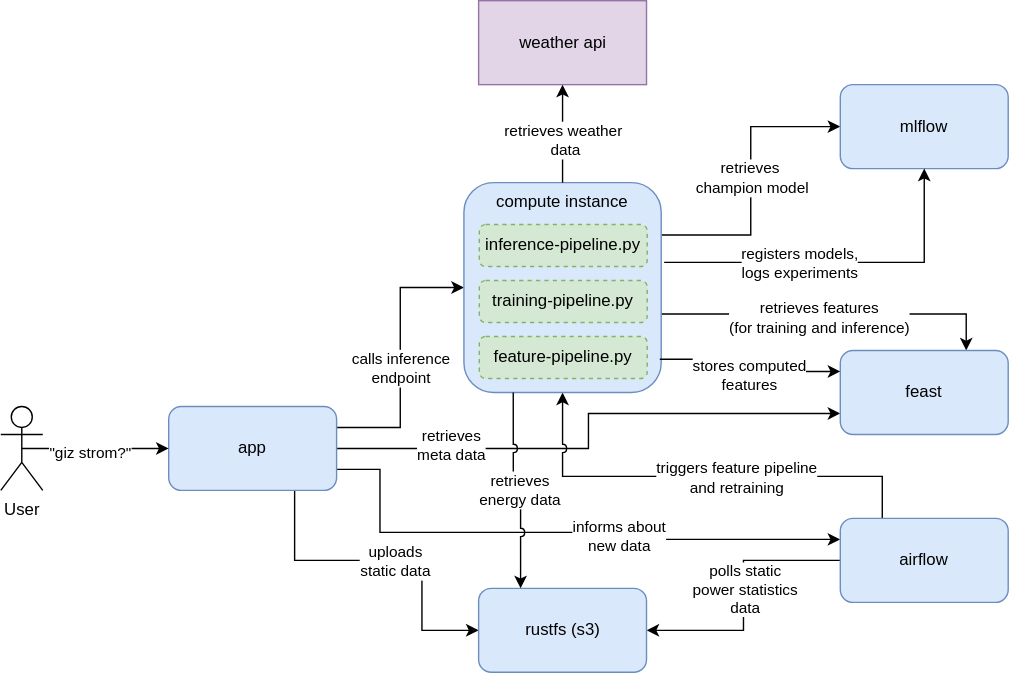
Earlier version of the draw.io export assets/architecture-v2.drawio.svg (marcow03/gizstrom). Source tidied: cells renumbered, new cells last; positions are measured from the earlier drawing's top-left corner, leaving out a move shared by most shapes.
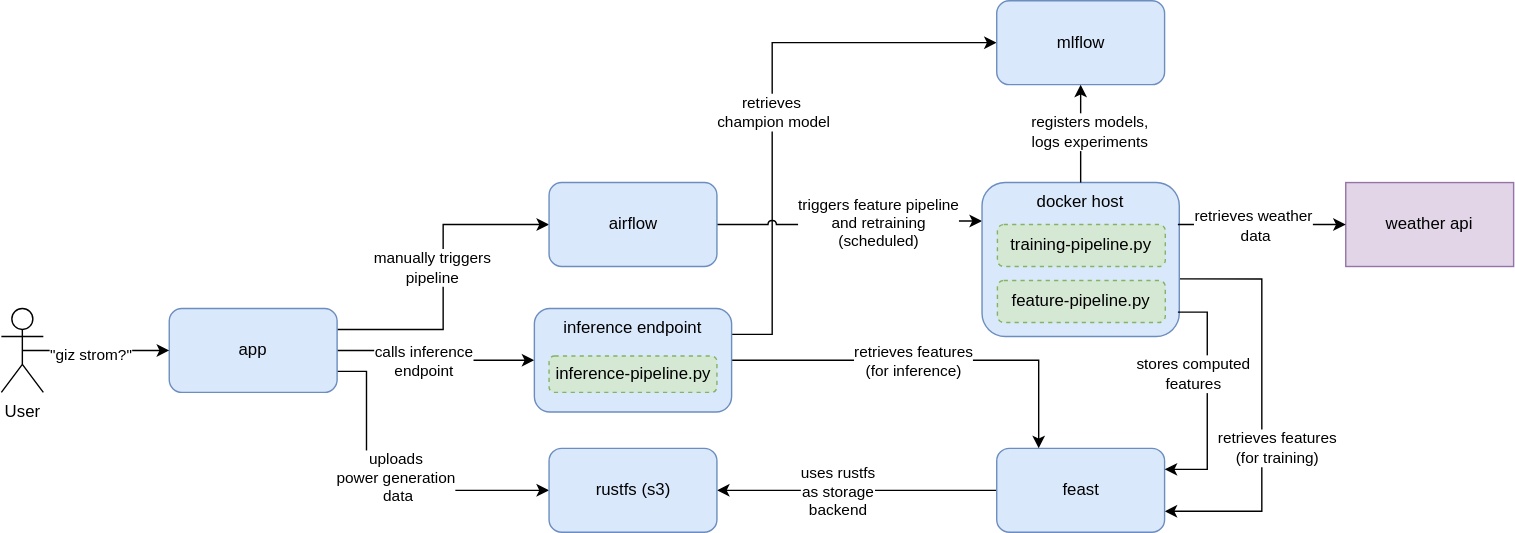
The same diagram one commit later.

Diff of the diagram source:
```diff
@@ -2,49 +2,33 @@
   <root>
     <mxCell id="0" />
     <mxCell id="1" parent="0" />
-    <mxCell id="2" style="edgeStyle=orthogonalEdgeStyle;rounded=0;jettySize=auto;html=1;exitX=1;exitY=0.25;exitDx=0;exitDy=0;entryX=0;entryY=0.5;entryDx=0;entryDy=0;" parent="1" edge="1" source="10" target="28">
+    <mxCell id="2" style="edgeStyle=orthogonalEdgeStyle;rounded=0;jettySize=auto;html=1;exitX=1;exitY=0.5;exitDx=0;exitDy=0;entryX=0;entryY=0.5;entryDx=0;entryDy=0;" parent="1" edge="1" source="10" target="45">
       <mxGeometry relative="1" as="geometry" />
     </mxCell>
     <mxCell id="3" value="calls inference&lt;br&gt;endpoint" style="edgeLabel;html=1;align=center;verticalAlign=middle;" parent="2" vertex="1">
       <mxGeometry x="0.01" relative="1" as="geometry">
-        <mxPoint y="8" as="offset" />
+        <mxPoint x="-9" y="3" as="offset" />
       </mxGeometry>
     </mxCell>
-    <mxCell id="4" style="edgeStyle=orthogonalEdgeStyle;rounded=0;jettySize=auto;html=1;exitX=0.75;exitY=1;exitDx=0;exitDy=0;entryX=0;entryY=0.5;entryDx=0;entryDy=0;" parent="1" edge="1" source="10" target="26">
+    <mxCell id="4" style="edgeStyle=orthogonalEdgeStyle;rounded=0;jettySize=auto;html=1;exitX=1;exitY=0.75;exitDx=0;exitDy=0;entryX=0;entryY=0.5;entryDx=0;entryDy=0;" parent="1" edge="1" source="10" target="26">
       <mxGeometry relative="1" as="geometry">
         <Array as="points">
-          <mxPoint x="210" y="400" />
-          <mxPoint x="301" y="400" />
-          <mxPoint x="301" y="450" />
+          <mxPoint x="261" y="335" />
+          <mxPoint x="261" y="420" />
         </Array>
       </mxGeometry>
     </mxCell>
-    <mxCell id="5" value="uploads&lt;div&gt;static data&lt;/div&gt;" style="edgeLabel;html=1;align=center;verticalAlign=middle;" parent="4" vertex="1">
+    <mxCell id="5" value="uploads&lt;div&gt;power generation&lt;br&gt;&amp;nbsp;data&lt;/div&gt;" style="edgeLabel;html=1;align=center;verticalAlign=middle;" parent="4" vertex="1">
       <mxGeometry x="-0.05" y="-2" relative="1" as="geometry">
-        <mxPoint x="11" y="-2" as="offset" />
+        <mxPoint x="13" y="-12" as="offset" />
       </mxGeometry>
     </mxCell>
-    <mxCell id="6" style="rounded=0;jettySize=auto;html=1;exitX=1;exitY=0.5;exitDx=0;exitDy=0;entryX=0;entryY=0.75;entryDx=0;entryDy=0;edgeStyle=orthogonalEdgeStyle;" parent="1" edge="1" source="10" target="19">
-      <mxGeometry relative="1" as="geometry" />
-    </mxCell>
-    <mxCell id="7" value="retrieves&lt;div&gt;meta data&lt;/div&gt;" style="edgeLabel;html=1;align=center;verticalAlign=middle;" parent="6" vertex="1">
-      <mxGeometry x="0.01" y="1" relative="1" as="geometry">
-        <mxPoint x="-98" y="11" as="offset" />
-      </mxGeometry>
-    </mxCell>
-    <mxCell id="8" style="edgeStyle=orthogonalEdgeStyle;rounded=0;jettySize=auto;html=1;exitX=1;exitY=0.75;exitDx=0;exitDy=0;jumpStyle=arc;entryX=0;entryY=0.25;entryDx=0;entryDy=0;" parent="1" edge="1" source="10" target="25">
-      <mxGeometry relative="1" as="geometry">
-        <Array as="points">
-          <mxPoint x="271" y="335" />
-          <mxPoint x="271" y="380" />
-          <mxPoint x="420" y="380" />
-          <mxPoint x="420" y="385" />
-        </Array>
-      </mxGeometry>
+    <mxCell id="8" style="edgeStyle=orthogonalEdgeStyle;rounded=0;jettySize=auto;html=1;exitX=1;exitY=0.25;exitDx=0;exitDy=0;jumpStyle=arc;entryX=0;entryY=0.5;entryDx=0;entryDy=0;" parent="1" edge="1" source="10" target="25">
+      <mxGeometry relative="1" as="geometry" />
     </mxCell>
-    <mxCell id="9" value="informs about&lt;br&gt;new data" style="edgeLabel;html=1;align=center;verticalAlign=middle;" parent="8" vertex="1">
+    <mxCell id="9" value="manually triggers&lt;br&gt;pipeline" style="edgeLabel;html=1;align=center;verticalAlign=middle;" parent="8" vertex="1">
       <mxGeometry x="0.11" y="1" relative="1" as="geometry">
-        <mxPoint x="20" as="offset" />
+        <mxPoint x="-7" y="6" as="offset" />
       </mxGeometry>
     </mxCell>
     <mxCell id="10" value="app" style="rounded=1;whiteSpace=wrap;html=1;fillColor=#dae8fc;strokeColor=#6c8ebf;" parent="1" vertex="1">
@@ -59,61 +43,68 @@
     <mxCell id="13" value="User" style="shape=umlActor;verticalLabelPosition=bottom;verticalAlign=top;html=1;outlineConnect=0;" parent="1" vertex="1">
       <mxGeometry y="290" width="30" height="60" as="geometry" />
     </mxCell>
-    <mxCell id="14" style="edgeStyle=orthogonalEdgeStyle;rounded=0;jettySize=auto;html=1;entryX=0;entryY=0.5;entryDx=0;entryDy=0;exitX=1;exitY=0.25;exitDx=0;exitDy=0;" parent="1" edge="1" source="28" target="18">
-      <mxGeometry relative="1" as="geometry" />
+    <mxCell id="14" style="edgeStyle=orthogonalEdgeStyle;rounded=0;jettySize=auto;html=1;entryX=0;entryY=0.5;entryDx=0;entryDy=0;exitX=1;exitY=0.25;exitDx=0;exitDy=0;" parent="1" edge="1" source="45" target="18">
+      <mxGeometry relative="1" as="geometry">
+        <Array as="points">
+          <mxPoint x="551" y="309" />
+          <mxPoint x="551" y="100" />
+        </Array>
+      </mxGeometry>
     </mxCell>
     <mxCell id="15" value="retrieves&amp;nbsp;&lt;div&gt;champion model&lt;/div&gt;" style="edgeLabel;html=1;align=center;verticalAlign=middle;" parent="14" vertex="1">
       <mxGeometry x="-0.14" relative="1" as="geometry">
         <mxPoint y="-17" as="offset" />
       </mxGeometry>
     </mxCell>
-    <mxCell id="16" style="edgeStyle=orthogonalEdgeStyle;rounded=0;jettySize=auto;html=1;entryX=0.75;entryY=0;entryDx=0;entryDy=0;exitX=0.998;exitY=0.626;exitDx=0;exitDy=0;exitPerimeter=0;" parent="1" edge="1" source="28" target="19">
-      <mxGeometry relative="1" as="geometry" />
+    <mxCell id="16" style="edgeStyle=orthogonalEdgeStyle;rounded=0;jettySize=auto;html=1;entryX=1;entryY=0.75;entryDx=0;entryDy=0;exitX=0.998;exitY=0.626;exitDx=0;exitDy=0;exitPerimeter=0;" parent="1" edge="1" source="28" target="19">
+      <mxGeometry relative="1" as="geometry">
+        <Array as="points">
+          <mxPoint x="901" y="269" />
+          <mxPoint x="901" y="435" />
+        </Array>
+      </mxGeometry>
     </mxCell>
-    <mxCell id="17" value="retrieves features&lt;br&gt;(for training and inference)" style="edgeLabel;html=1;align=center;verticalAlign=middle;" parent="16" vertex="1">
+    <mxCell id="17" value="retrieves features&lt;br&gt;(for training)" style="edgeLabel;html=1;align=center;verticalAlign=middle;" parent="16" vertex="1">
       <mxGeometry y="-1" relative="1" as="geometry">
-        <mxPoint x="-9" y="2" as="offset" />
+        <mxPoint x="11" y="33" as="offset" />
       </mxGeometry>
     </mxCell>
     <mxCell id="18" value="mlflow" style="rounded=1;whiteSpace=wrap;html=1;fillColor=#dae8fc;strokeColor=#6c8ebf;" parent="1" vertex="1">
-      <mxGeometry x="600" y="60" width="120" height="60" as="geometry" />
+      <mxGeometry x="711.5" y="70" width="120" height="60" as="geometry" />
     </mxCell>
+    <mxCell id="40" style="edgeStyle=orthogonalEdgeStyle;rounded=0;jettySize=auto;html=1;entryX=1;entryY=0.5;entryDx=0;entryDy=0;exitX=0;exitY=0.5;exitDx=0;exitDy=0;" parent="1" edge="1" source="19" target="26">
+      <mxGeometry relative="1" as="geometry" />
+    </mxCell>
+    <mxCell id="41" value="uses rustfs&lt;div&gt;as storage&lt;br&gt;backend&lt;/div&gt;" style="edgeLabel;html=1;align=center;verticalAlign=middle;" parent="40" vertex="1">
+      <mxGeometry x="0.25" y="1" relative="1" as="geometry">
+        <mxPoint x="11" y="-1" as="offset" />
+      </mxGeometry>
+    </mxCell>
     <mxCell id="19" value="feast" style="rounded=1;whiteSpace=wrap;html=1;fillColor=#dae8fc;strokeColor=#6c8ebf;" parent="1" vertex="1">
-      <mxGeometry x="600" y="250" width="120" height="60" as="geometry" />
+      <mxGeometry x="711.5" y="390" width="120" height="60" as="geometry" />
     </mxCell>
     <mxCell id="20" value="weather api" style="rounded=0;whiteSpace=wrap;html=1;fillColor=#e1d5e7;strokeColor=#9673a6;" parent="1" vertex="1">
-      <mxGeometry x="341.5" width="120" height="60" as="geometry" />
+      <mxGeometry x="961" y="200" width="120" height="60" as="geometry" />
     </mxCell>
-    <mxCell id="21" style="edgeStyle=orthogonalEdgeStyle;rounded=0;jettySize=auto;html=1;entryX=1;entryY=0.5;entryDx=0;entryDy=0;" parent="1" edge="1" source="25" target="26">
-      <mxGeometry relative="1" as="geometry" />
-    </mxCell>
-    <mxCell id="22" value="polls static&lt;br&gt;power statistics&lt;br&gt;data" style="edgeLabel;html=1;align=center;verticalAlign=middle;" parent="21" vertex="1">
-      <mxGeometry x="-0.04" y="1" relative="1" as="geometry" />
-    </mxCell>
-    <mxCell id="23" style="edgeStyle=orthogonalEdgeStyle;rounded=0;jettySize=auto;html=1;exitX=0.25;exitY=0;exitDx=0;exitDy=0;entryX=0.5;entryY=1;entryDx=0;entryDy=0;jumpStyle=arc;" parent="1" edge="1" source="25" target="28">
-      <mxGeometry relative="1" as="geometry">
-        <Array as="points">
-          <mxPoint x="630" y="340" />
-          <mxPoint x="402" y="340" />
-        </Array>
-      </mxGeometry>
+    <mxCell id="23" style="edgeStyle=orthogonalEdgeStyle;rounded=0;jettySize=auto;html=1;exitX=1;exitY=0.5;exitDx=0;exitDy=0;entryX=0;entryY=0.25;entryDx=0;entryDy=0;jumpStyle=arc;" parent="1" edge="1" source="25" target="28">
+      <mxGeometry relative="1" as="geometry" />
     </mxCell>
-    <mxCell id="24" value="triggers feature pipeline&lt;br&gt;and retraining" style="edgeLabel;html=1;align=center;verticalAlign=middle;" parent="23" vertex="1">
+    <mxCell id="24" value="triggers feature pipeline&lt;br&gt;and retraining&lt;br&gt;(scheduled)" style="edgeLabel;html=1;align=center;verticalAlign=middle;" parent="23" vertex="1">
       <mxGeometry x="0.16" relative="1" as="geometry">
-        <mxPoint x="49" as="offset" />
+        <mxPoint x="6" y="1" as="offset" />
       </mxGeometry>
     </mxCell>
     <mxCell id="25" value="airflow" style="rounded=1;whiteSpace=wrap;html=1;fillColor=#dae8fc;strokeColor=#6c8ebf;" parent="1" vertex="1">
-      <mxGeometry x="600" y="370" width="120" height="60" as="geometry" />
+      <mxGeometry x="391.5" y="200" width="120" height="60" as="geometry" />
     </mxCell>
     <mxCell id="26" value="rustfs (s3)" style="rounded=1;whiteSpace=wrap;html=1;fillColor=#dae8fc;strokeColor=#6c8ebf;" parent="1" vertex="1">
-      <mxGeometry x="341.5" y="420" width="120" height="60" as="geometry" />
+      <mxGeometry x="391.5" y="390" width="120" height="60" as="geometry" />
     </mxCell>
     <mxCell id="27" style="group;" parent="1" vertex="1">
-      <mxGeometry x="331" y="130" width="141" height="150" as="geometry" />
+      <mxGeometry x="701" y="160" width="141" height="150" as="geometry" />
     </mxCell>
-    <mxCell id="28" value="compute instance" style="rounded=1;whiteSpace=wrap;html=1;fillColor=#dae8fc;strokeColor=#6c8ebf;verticalAlign=top;" parent="27" vertex="1">
-      <mxGeometry width="141" height="150" as="geometry" />
+    <mxCell id="28" value="docker host" style="rounded=1;whiteSpace=wrap;html=1;fillColor=#dae8fc;strokeColor=#6c8ebf;verticalAlign=top;" parent="27" vertex="1">
+      <mxGeometry y="40" width="141" height="110" as="geometry" />
     </mxCell>
     <mxCell id="29" value="training-pipeline.py" style="rounded=1;whiteSpace=wrap;html=1;fillColor=#d5e8d4;strokeColor=#82b366;dashed=1;" parent="27" vertex="1">
       <mxGeometry x="11" y="70" width="120" height="30" as="geometry" />
@@ -121,38 +112,46 @@
     <mxCell id="30" value="feature-pipeline.py" style="rounded=1;whiteSpace=wrap;html=1;fillColor=#d5e8d4;strokeColor=#82b366;dashed=1;" parent="27" vertex="1">
       <mxGeometry x="11" y="110" width="120" height="30" as="geometry" />
     </mxCell>
-    <mxCell id="31" value="inference-pipeline.py" style="rounded=1;whiteSpace=wrap;html=1;fillColor=#d5e8d4;strokeColor=#82b366;dashed=1;" parent="27" vertex="1">
-      <mxGeometry x="11" y="30" width="120" height="30" as="geometry" />
-    </mxCell>
-    <mxCell id="32" style="edgeStyle=orthogonalEdgeStyle;rounded=0;jettySize=auto;html=1;exitX=1.015;exitY=0.38;exitDx=0;exitDy=0;entryX=0.5;entryY=1;entryDx=0;entryDy=0;exitPerimeter=0;" parent="1" edge="1" source="28" target="18">
+    <mxCell id="32" style="edgeStyle=orthogonalEdgeStyle;rounded=0;jettySize=auto;html=1;entryX=0.5;entryY=1;entryDx=0;entryDy=0;exitX=0.5;exitY=0;exitDx=0;exitDy=0;" parent="1" edge="1" source="28" target="18">
       <mxGeometry relative="1" as="geometry" />
     </mxCell>
     <mxCell id="33" value="registers models,&lt;br&gt;&lt;span style=&quot;color: light-dark(rgb(0, 0, 0), rgb(255, 255, 255)); background-color: light-dark(#ffffff, var(--ge-dark-color, #121212));&quot;&gt;logs&amp;nbsp;&lt;/span&gt;&lt;span style=&quot;color: light-dark(rgb(0, 0, 0), rgb(255, 255, 255)); background-color: light-dark(#ffffff, var(--ge-dark-color, #121212));&quot;&gt;experiments&lt;/span&gt;" style="edgeLabel;html=1;align=center;verticalAlign=middle;" parent="32" vertex="1">
       <mxGeometry x="0.19" y="-2" relative="1" as="geometry">
-        <mxPoint x="-55" y="-2" as="offset" />
+        <mxPoint x="4" y="5" as="offset" />
       </mxGeometry>
     </mxCell>
-    <mxCell id="34" style="edgeStyle=orthogonalEdgeStyle;rounded=0;jettySize=auto;html=1;exitX=0.993;exitY=0.842;exitDx=0;exitDy=0;entryX=0;entryY=0.25;entryDx=0;entryDy=0;exitPerimeter=0;" parent="1" edge="1" source="28" target="19">
+    <mxCell id="34" style="edgeStyle=orthogonalEdgeStyle;rounded=0;jettySize=auto;html=1;exitX=0.993;exitY=0.842;exitDx=0;exitDy=0;entryX=1;entryY=0.25;entryDx=0;entryDy=0;exitPerimeter=0;" parent="1" edge="1" source="28" target="19">
       <mxGeometry relative="1" as="geometry" />
     </mxCell>
     <mxCell id="35" value="stores computed&lt;br&gt;features" style="edgeLabel;html=1;align=center;verticalAlign=middle;" parent="34" vertex="1">
       <mxGeometry x="-0.37" y="-2" relative="1" as="geometry">
-        <mxPoint x="19" y="9" as="offset" />
+        <mxPoint x="-9" y="13" as="offset" />
       </mxGeometry>
     </mxCell>
-    <mxCell id="36" style="edgeStyle=orthogonalEdgeStyle;rounded=0;jettySize=auto;html=1;exitX=0.5;exitY=0;exitDx=0;exitDy=0;entryX=0.5;entryY=1;entryDx=0;entryDy=0;" parent="1" edge="1" source="28" target="20">
-      <mxGeometry relative="1" as="geometry" />
+    <mxCell id="36" style="edgeStyle=orthogonalEdgeStyle;rounded=0;jettySize=auto;html=1;entryX=0;entryY=0.5;entryDx=0;entryDy=0;" parent="1" edge="1" target="20">
+      <mxGeometry relative="1" as="geometry">
+        <mxPoint x="841" y="230" as="sourcePoint" />
+      </mxGeometry>
     </mxCell>
     <mxCell id="37" value="retrieves weather&lt;br&gt;&amp;nbsp;data" style="edgeLabel;html=1;align=center;verticalAlign=middle;" parent="36" vertex="1">
       <mxGeometry x="-0.12" relative="1" as="geometry" />
     </mxCell>
-    <mxCell id="38" style="edgeStyle=orthogonalEdgeStyle;rounded=0;jettySize=auto;html=1;exitX=0.25;exitY=1;exitDx=0;exitDy=0;entryX=0.25;entryY=0;entryDx=0;entryDy=0;jumpStyle=arc;" parent="1" edge="1" source="28" target="26">
-      <mxGeometry relative="1" as="geometry" />
-    </mxCell>
-    <mxCell id="39" value="retrieves&lt;br&gt;energy data" style="edgeLabel;html=1;align=center;verticalAlign=middle;" parent="38" vertex="1">
-      <mxGeometry x="0.32" y="-1" relative="1" as="geometry">
-        <mxPoint y="-21" as="offset" />
-      </mxGeometry>
-    </mxCell>
+    <mxCell id="42" style="edgeStyle=orthogonalEdgeStyle;rounded=0;jettySize=auto;html=1;entryX=0.25;entryY=0;entryDx=0;entryDy=0;jumpStyle=arc;exitX=1;exitY=0.5;exitDx=0;exitDy=0;" parent="1" edge="1" source="45" target="19">
+      <mxGeometry relative="1" as="geometry" />
+    </mxCell>
+    <mxCell id="43" value="retrieves features&lt;br&gt;(for inference)" style="edgeLabel;html=1;align=center;verticalAlign=middle;" parent="42" vertex="1">
+      <mxGeometry x="0.06" relative="1" as="geometry">
+        <mxPoint x="-21" as="offset" />
+      </mxGeometry>
+    </mxCell>
+    <mxCell id="44" style="group;" parent="1" vertex="1">
+      <mxGeometry x="381" y="290" width="141" height="74" as="geometry" />
+    </mxCell>
+    <mxCell id="45" value="inference endpoint" style="rounded=1;whiteSpace=wrap;html=1;fillColor=#dae8fc;strokeColor=#6c8ebf;verticalAlign=top;" parent="44" vertex="1">
+      <mxGeometry width="141" height="74" as="geometry" />
+    </mxCell>
+    <mxCell id="31" value="inference-pipeline.py" style="rounded=1;whiteSpace=wrap;html=1;fillColor=#d5e8d4;strokeColor=#82b366;dashed=1;" parent="44" vertex="1">
+      <mxGeometry x="10.5" y="34" width="120" height="26" as="geometry" />
+    </mxCell>
   </root>
 </mxGraphModel>
```
